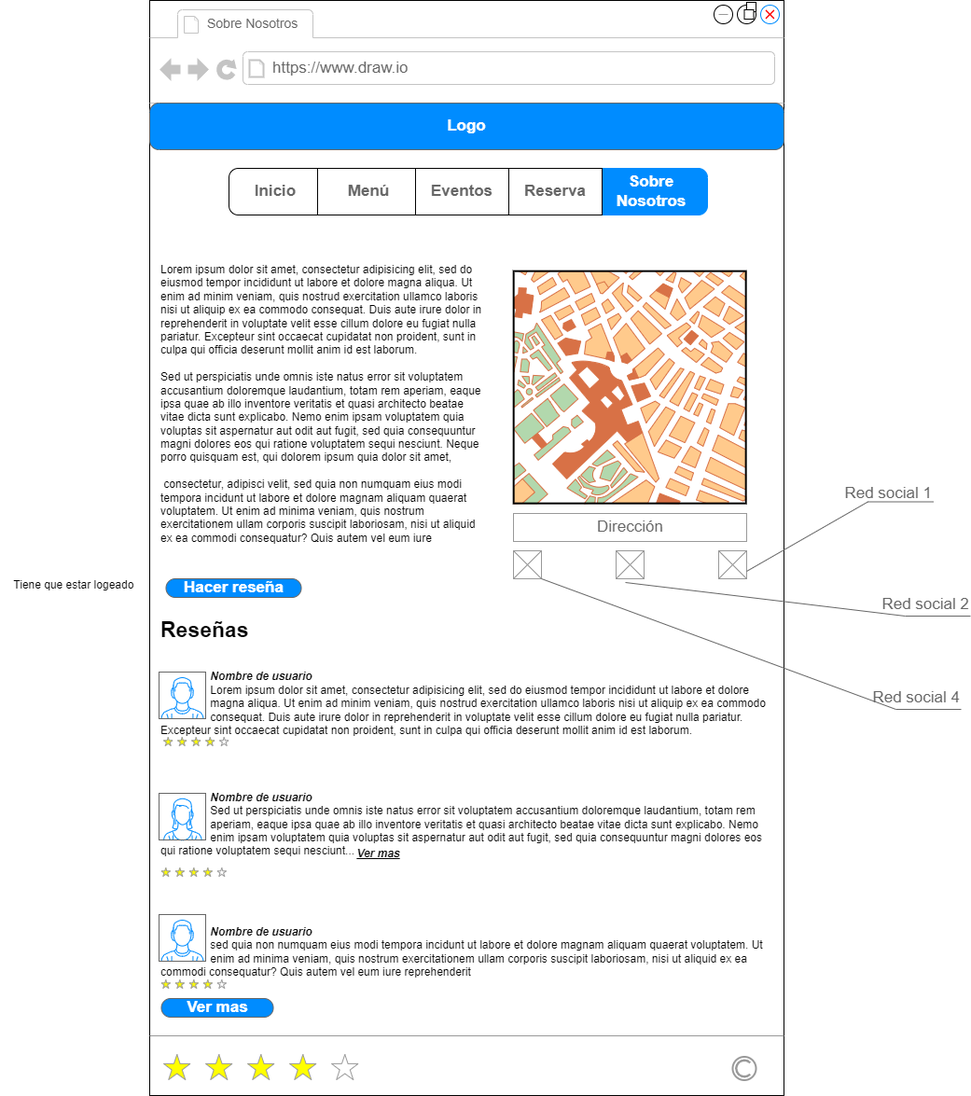
Before: MOCKUPS/Mockups_Cibercafé-SobreNosotros.html.drawio.png, a diagram exported from draw.io (luciarinconpozo/Cibercafe). Source tidied: cells renumbered, new cells last; positions are measured from the earlier drawing's top-left corner, leaving out a move shared by most shapes.
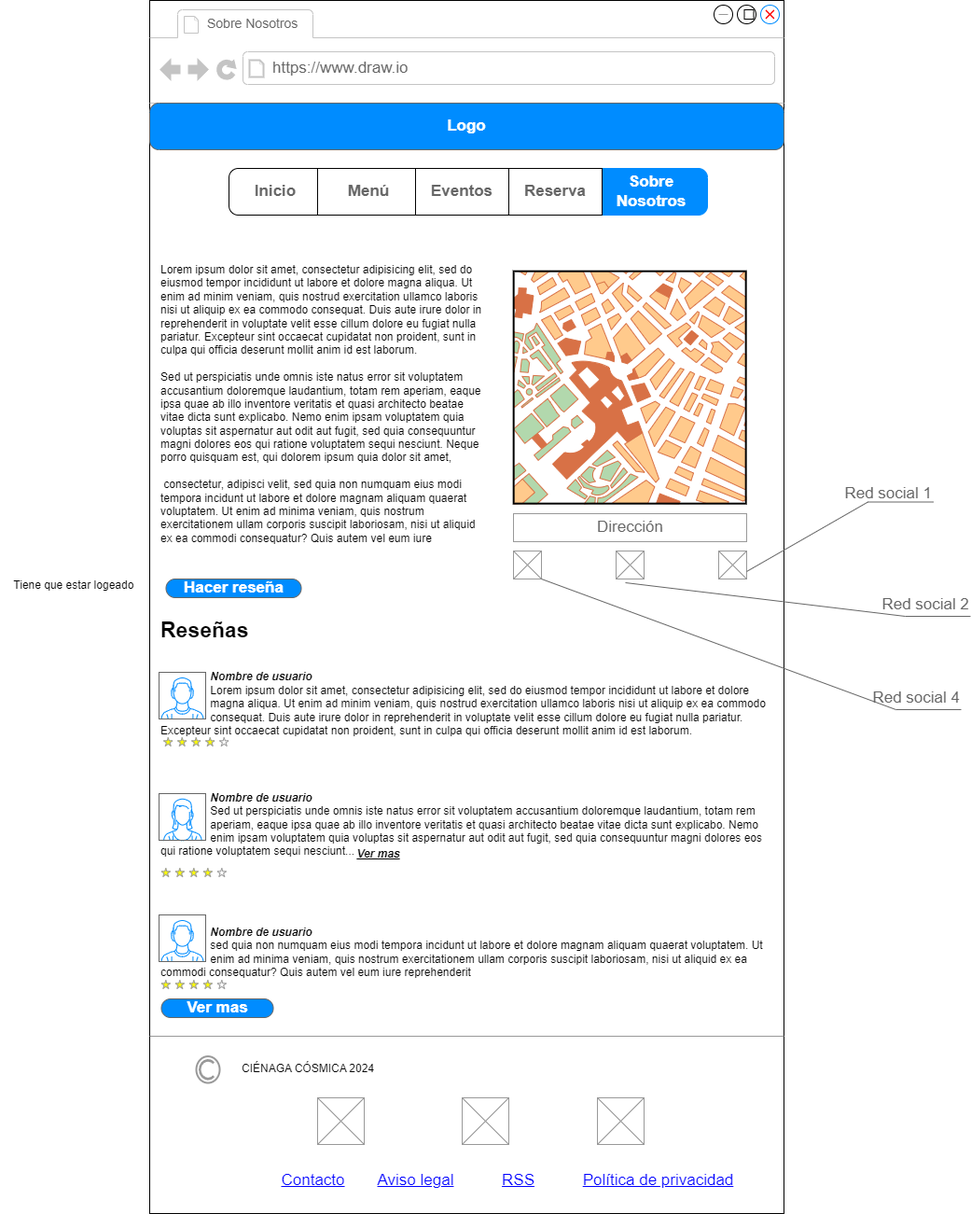
Above is the later version.

What changed in the source:
```diff
@@ -3,7 +3,7 @@
     <mxCell id="0" />
     <mxCell id="1" parent="0" />
     <mxCell id="2" style="strokeWidth=1;shadow=0;dashed=0;align=center;html=1;shape=mxgraph.mockup.containers.browserWindow;rSize=0;strokeColor=#000000;strokeColor2=#008cff;strokeColor3=#c4c4c4;mainText=,;fillColor=#FFFFFF;" parent="1" vertex="1">
-      <mxGeometry x="160" width="680" height="1174" as="geometry" />
+      <mxGeometry x="160" width="680" height="1300" as="geometry" />
     </mxCell>
     <mxCell id="3" value="&lt;font style=&quot;font-size: 14px;&quot;&gt;Sobre Nosotros&lt;/font&gt;" style="strokeWidth=1;shadow=0;dashed=0;align=center;html=1;shape=mxgraph.mockup.containers.anchor;fontSize=17;fontColor=#666666;align=left;whiteSpace=wrap;" parent="2" vertex="1">
       <mxGeometry x="60" y="12" width="130" height="26" as="geometry" />
@@ -17,12 +17,6 @@
     <mxCell id="6" value="&lt;div&gt;&lt;b&gt;&lt;font style=&quot;font-size: 23px;&quot;&gt;Reseñas&lt;/font&gt;&lt;/b&gt;&lt;/div&gt;&lt;div&gt;&lt;br&gt;&lt;/div&gt;&lt;div&gt;&lt;span style=&quot;background-color: initial;&quot;&gt;&lt;span style=&quot;white-space: pre;&quot;&gt;&#9;&lt;span style=&quot;white-space: pre;&quot;&gt;&#9;&lt;/span&gt;&lt;/span&gt;&lt;/span&gt;&lt;/div&gt;&lt;div&gt;&lt;span style=&quot;background-color: initial;&quot;&gt;&lt;span style=&quot;white-space: pre;&quot;&gt;&#9;&lt;/span&gt;&lt;span style=&quot;white-space: pre;&quot;&gt;&#9;&lt;/span&gt;&lt;b&gt;&lt;i&gt;Nombre de usuario&lt;/i&gt;&lt;/b&gt;&lt;br&gt;&lt;/span&gt;&lt;/div&gt;&lt;div&gt;&lt;span style=&quot;background-color: initial;&quot;&gt;&lt;span style=&quot;white-space: pre;&quot;&gt;&#9;&lt;/span&gt;&lt;span style=&quot;white-space: pre;&quot;&gt;&#9;&lt;/span&gt;Lorem ipsum dolor sit amet, consectetur adipisicing elit, sed do eiusmod tempor incididunt ut labore et dolore &lt;/span&gt;&lt;span style=&quot;background-color: initial; white-space: pre;&quot;&gt;&#9;&lt;/span&gt;&lt;span style=&quot;background-color: initial; white-space: pre;&quot;&gt;&#9;&lt;/span&gt;&lt;span style=&quot;background-color: initial;&quot;&gt;magna aliqua. Ut enim ad minim veniam, quis nostrud exercitation ullamco laboris nisi ut aliquip ex ea commodo &lt;/span&gt;&lt;span style=&quot;background-color: initial; white-space: pre;&quot;&gt;&#9;&lt;/span&gt;&lt;span style=&quot;background-color: initial; white-space: pre;&quot;&gt;&#9;&lt;/span&gt;&lt;span style=&quot;background-color: initial;&quot;&gt;consequat. Duis aute irure dolor in reprehenderit in voluptate velit esse cillum dolore eu fugiat nulla pariatur. Excepteur sint occaecat cupidatat non proident, sunt in culpa qui officia deserunt mollit anim id est laborum.&lt;/span&gt;&lt;/div&gt;&lt;div&gt;&lt;br&gt;&lt;/div&gt;&lt;div&gt;&lt;span style=&quot;background-color: initial;&quot;&gt;&lt;br&gt;&lt;/span&gt;&lt;/div&gt;&lt;div&gt;&lt;span style=&quot;background-color: initial;&quot;&gt;&lt;br&gt;&lt;/span&gt;&lt;/div&gt;&lt;div&gt;&lt;span style=&quot;background-color: initial;&quot;&gt;&lt;br&gt;&lt;/span&gt;&lt;/div&gt;&lt;div&gt;&lt;div&gt;&lt;span style=&quot;background-color: initial;&quot;&gt;&lt;span style=&quot;white-space: pre;&quot;&gt;&#9;&lt;/span&gt;&lt;span style=&quot;white-space: pre;&quot;&gt;&#9;&lt;/span&gt;&lt;b&gt;&lt;i&gt;Nombre de usuario&lt;/i&gt;&lt;/b&gt;&lt;/span&gt;&lt;/div&gt;&lt;/div&gt;&lt;span style=&quot;white-space: pre;&quot;&gt;&#9;&lt;/span&gt;&lt;span style=&quot;white-space: pre;&quot;&gt;&#9;&lt;/span&gt;Sed ut perspiciatis unde omnis iste natus error sit voluptatem accusantium doloremque laudantium, totam rem &lt;span style=&quot;white-space: pre;&quot;&gt;&#9;&lt;/span&gt;&lt;span style=&quot;white-space: pre;&quot;&gt;&#9;&lt;/span&gt;aperiam, eaque ipsa quae ab illo inventore veritatis et quasi architecto beatae vitae dicta sunt explicabo. Nemo &lt;span style=&quot;white-space: pre;&quot;&gt;&#9;&lt;/span&gt;&lt;span style=&quot;white-space: pre;&quot;&gt;&#9;&lt;/span&gt;enim ipsam voluptatem quia voluptas sit aspernatur aut odit aut fugit, sed quia consequuntur magni dolores eos qui ratione voluptatem sequi nesciunt...&lt;div&gt;&lt;br&gt;&lt;/div&gt;&lt;div&gt;&lt;br&gt;&lt;/div&gt;&lt;div&gt;&lt;br&gt;&lt;/div&gt;&lt;div&gt;&lt;br&gt;&lt;/div&gt;&lt;div&gt;&lt;br&gt;&lt;/div&gt;&lt;div&gt;&lt;span style=&quot;white-space: pre;&quot;&gt;&#9;&lt;/span&gt;&lt;span style=&quot;white-space: pre;&quot;&gt;&#9;&lt;/span&gt;&lt;b style=&quot;background-color: initial;&quot;&gt;&lt;i&gt;Nombre de usuario&lt;/i&gt;&lt;/b&gt;&lt;div&gt;&lt;span style=&quot;white-space: pre;&quot;&gt;&#9;&lt;/span&gt;&lt;span style=&quot;white-space: pre;&quot;&gt;&#9;&lt;/span&gt;sed quia non numquam eius modi tempora incidunt ut labore et dolore magnam aliquam quaerat voluptatem. Ut &lt;span style=&quot;white-space: pre;&quot;&gt;&#9;&lt;/span&gt;&lt;span style=&quot;white-space: pre;&quot;&gt;&#9;&lt;/span&gt;enim ad minima veniam, quis nostrum exercitationem ullam corporis suscipit laboriosam, nisi ut aliquid ex ea commodi consequatur? Quis autem vel eum iure reprehenderit&amp;nbsp;&lt;/div&gt;&lt;/div&gt;" style="text;spacingTop=-5;whiteSpace=wrap;html=1;align=left;fontSize=12;fontFamily=Helvetica;fillColor=none;strokeColor=none;" parent="2" vertex="1">
       <mxGeometry x="10" y="660" width="660" height="180" as="geometry" />
     </mxCell>
-    <mxCell id="7" style="verticalLabelPosition=bottom;shadow=0;dashed=0;align=center;html=1;verticalAlign=top;strokeWidth=1;shape=mxgraph.mockup.misc.rating;strokeColor=#999999;fillColor=#ffff00;emptyFillColor=#ffffff;grade=4;ratingScale=5;ratingStyle=star;" parent="2" vertex="1">
-      <mxGeometry x="15" y="1130" width="225" height="30" as="geometry" />
-    </mxCell>
-    <mxCell id="8" style="strokeColor=#999999;verticalLabelPosition=bottom;shadow=0;dashed=0;verticalAlign=top;strokeWidth=2;html=1;shape=mxgraph.mockup.misc.copyrightIcon;" parent="2" vertex="1">
-      <mxGeometry x="625" y="1132.5" width="25" height="25" as="geometry" />
-    </mxCell>
     <mxCell id="9" style="verticalLabelPosition=bottom;shadow=0;dashed=0;align=center;html=1;verticalAlign=top;strokeWidth=1;shape=mxgraph.mockup.markup.line;strokeColor=#999999;" parent="2" vertex="1">
       <mxGeometry y="1100" width="680" height="20" as="geometry" />
     </mxCell>
@@ -59,9 +53,6 @@
     <mxCell id="20" style="verticalLabelPosition=bottom;shadow=0;dashed=0;align=center;html=1;verticalAlign=top;strokeWidth=1;shape=mxgraph.mockup.markup.line;strokeColor=#999999;" parent="2" vertex="1">
       <mxGeometry x="610" y="10" width="10" height="10" as="geometry" />
     </mxCell>
-    <mxCell id="21" style="whiteSpace=wrap;html=1;" parent="2" vertex="1">
-      <mxGeometry x="640" y="2" width="10" height="10" as="geometry" />
-    </mxCell>
     <mxCell id="22" style="whiteSpace=wrap;html=1;" parent="2" vertex="1">
       <mxGeometry x="637.5" y="10" width="10" height="10" as="geometry" />
     </mxCell>
@@ -107,6 +98,33 @@
     <mxCell id="34" value="Reserva" style="strokeColor=inherit;fillColor=inherit;gradientColor=inherit;strokeWidth=1;shadow=0;dashed=0;align=center;html=1;shape=mxgraph.mockup.rrect;rSize=0;fontSize=17;fontColor=#666666;fontStyle=1;whiteSpace=wrap;" parent="29" vertex="1">
       <mxGeometry x="300" width="100" height="50" as="geometry" />
     </mxCell>
+    <mxCell id="39" style="strokeColor=#999999;verticalLabelPosition=bottom;shadow=0;dashed=0;verticalAlign=top;strokeWidth=2;html=1;shape=mxgraph.mockup.misc.copyrightIcon;" parent="2" vertex="1">
+      <mxGeometry x="50" y="1131.6" width="25" height="28.4" as="geometry" />
+    </mxCell>
+    <mxCell id="40" value="Contacto" style="shape=rectangle;strokeColor=none;fillColor=none;linkText=;fontSize=17;fontColor=#0000ff;fontStyle=4;html=1;align=center;" parent="2" vertex="1">
+      <mxGeometry x="100" y="1250.1" width="150" height="30" as="geometry" />
+    </mxCell>
+    <mxCell id="41" value="Política de privacidad" style="shape=rectangle;strokeColor=none;fillColor=none;linkText=;fontSize=17;fontColor=#0000ff;fontStyle=4;html=1;align=center;" parent="2" vertex="1">
+      <mxGeometry x="470" y="1250.1" width="150" height="30" as="geometry" />
+    </mxCell>
+    <mxCell id="42" value="RSS" style="shape=rectangle;strokeColor=none;fillColor=none;linkText=;fontSize=17;fontColor=#0000ff;fontStyle=4;html=1;align=center;" parent="2" vertex="1">
+      <mxGeometry x="320" y="1250.1" width="150" height="30" as="geometry" />
+    </mxCell>
+    <mxCell id="43" value="Aviso legal" style="shape=rectangle;strokeColor=none;fillColor=none;linkText=;fontSize=17;fontColor=#0000ff;fontStyle=4;html=1;align=center;" parent="2" vertex="1">
+      <mxGeometry x="210" y="1250.1" width="150" height="30" as="geometry" />
+    </mxCell>
+    <mxCell id="44" value="CIÉNAGA CÓSMICA 2024" style="text;html=1;align=center;verticalAlign=middle;whiteSpace=wrap;rounded=0;" parent="2" vertex="1">
+      <mxGeometry x="90" y="1130" width="160" height="30" as="geometry" />
+    </mxCell>
+    <mxCell id="45" style="verticalLabelPosition=bottom;shadow=0;dashed=0;align=center;html=1;verticalAlign=top;strokeWidth=1;shape=mxgraph.mockup.graphics.simpleIcon;strokeColor=#999999;" parent="2" vertex="1">
+      <mxGeometry x="180" y="1176" width="50" height="50" as="geometry" />
+    </mxCell>
+    <mxCell id="46" style="verticalLabelPosition=bottom;shadow=0;dashed=0;align=center;html=1;verticalAlign=top;strokeWidth=1;shape=mxgraph.mockup.graphics.simpleIcon;strokeColor=#999999;" parent="2" vertex="1">
+      <mxGeometry x="335" y="1176" width="50" height="50" as="geometry" />
+    </mxCell>
+    <mxCell id="47" style="verticalLabelPosition=bottom;shadow=0;dashed=0;align=center;html=1;verticalAlign=top;strokeWidth=1;shape=mxgraph.mockup.graphics.simpleIcon;strokeColor=#999999;" parent="2" vertex="1">
+      <mxGeometry x="480" y="1176" width="50" height="50" as="geometry" />
+    </mxCell>
     <mxCell id="35" value="&lt;span style=&quot;text-align: left;&quot;&gt;Red social 1&lt;/span&gt;" style="strokeWidth=1;shadow=0;dashed=0;align=center;html=1;shape=mxgraph.mockup.text.callout;linkText=;textSize=17;textColor=#666666;callDir=NE;callStyle=line;fontSize=17;fontColor=#666666;align=right;verticalAlign=top;strokeColor=#666666;" parent="1" vertex="1">
       <mxGeometry x="800" y="512" width="200" height="100" as="geometry" />
     </mxCell>
```
